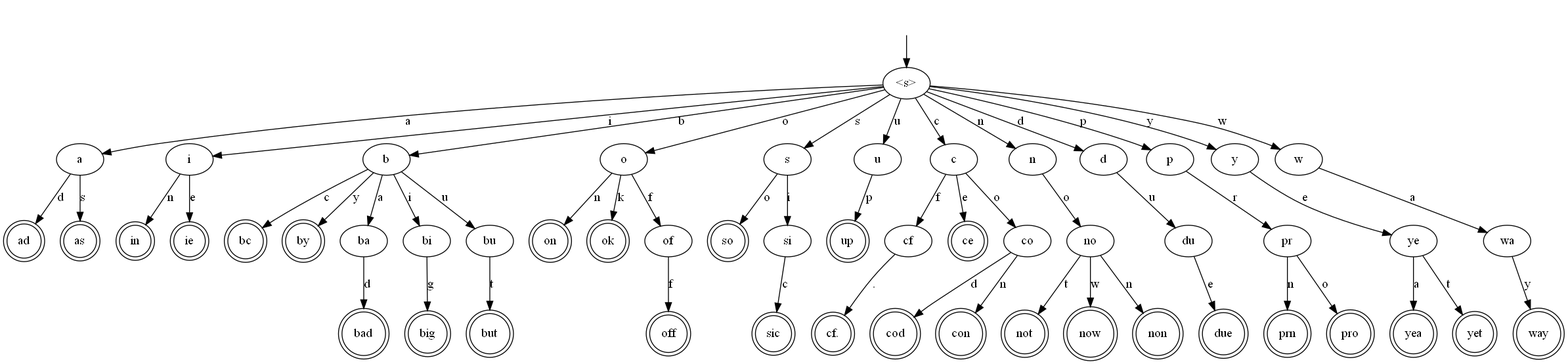
Earlier version of the Graphviz export dfaDot-Output/DFA.gv.png (Night9Knight/CPT443-Assn1-L6). Its source is kept beside it as dfaDot-Output/DFA.gv. Its diagram source:
```dot
digraph DFA {
	fake [style=invis]
	fake -> "<s>"
	"<s>" [root=true]
	"<s>" -> a [label=a]
	"<s>" -> i [label=i]
	"<s>" -> b [label=b]
	"<s>" -> o [label=o]
	"<s>" -> s [label=s]
	"<s>" -> u [label=u]
	"<s>" -> c [label=c]
	"<s>" -> n [label=n]
	"<s>" -> d [label=d]
	"<s>" -> p [label=p]
	"<s>" -> y [label=y]
	"<s>" -> w [label=w]
	a -> ad [label=d]
	a -> as [label=s]
	ad [shape=doublecircle]
	i -> in [label=n]
	i -> ie [label=e]
	in [shape=doublecircle]
	b -> bc [label=c]
	b -> by [label=y]
	b -> ba [label=a]
	b -> bi [label=i]
	b -> bu [label=u]
	bc [shape=doublecircle]
	o -> on [label=n]
	o -> ok [label=k]
	o -> of [label=f]
	on [shape=doublecircle]
	s -> so [label=o]
	s -> si [label=i]
	so [shape=doublecircle]
	by [shape=doublecircle]
	u -> up [label=p]
	up [shape=doublecircle]
	c -> cf [label=f]
	c -> ce [label=e]
	c -> co [label=o]
	cf -> "cf." [label="."]
	n -> no [label=o]
	no -> not [label=t]
	no -> now [label=w]
	no -> non [label=n]
	ce [shape=doublecircle]
	as [shape=doublecircle]
	ie [shape=doublecircle]
	ok [shape=doublecircle]
	not [shape=doublecircle]
	"cf." [shape=doublecircle]
	d -> du [label=u]
	du -> due [label=e]
	due [shape=doublecircle]
	ba -> bad [label=d]
	bad [shape=doublecircle]
	of -> off [label=f]
	off [shape=doublecircle]
	p -> pr [label=r]
	pr -> prn [label=n]
	pr -> pro [label=o]
	prn [shape=doublecircle]
	bi -> big [label=g]
	big [shape=doublecircle]
	y -> ye [label=e]
	ye -> yea [label=a]
	ye -> yet [label=t]
	yea [shape=doublecircle]
	now [shape=doublecircle]
	co -> cod [label=d]
	co -> con [label=n]
	cod [shape=doublecircle]
	non [shape=doublecircle]
	bu -> but [label=t]
	but [shape=doublecircle]
	si -> sic [label=c]
	sic [shape=doublecircle]
	pro [shape=doublecircle]
	w -> wa [label=a]
	wa -> way [label=y]
	way [shape=doublecircle]
	yet [shape=doublecircle]
	con [shape=doublecircle]
}
```
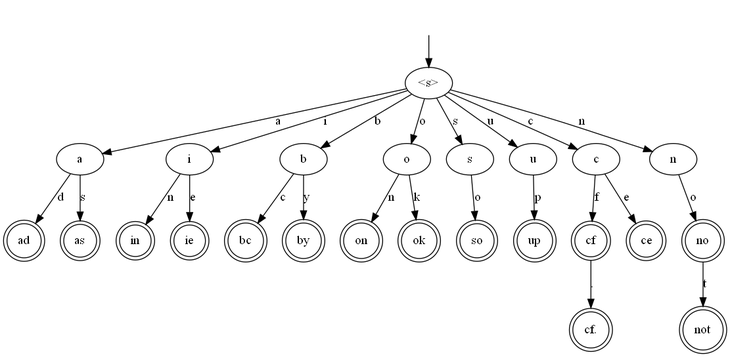
After the change.

Diff of the diagram source:
```diff
@@ -10,10 +10,6 @@
 	"<s>" -> u [label=u]
 	"<s>" -> c [label=c]
 	"<s>" -> n [label=n]
-	"<s>" -> d [label=d]
-	"<s>" -> p [label=p]
-	"<s>" -> y [label=y]
-	"<s>" -> w [label=w]
 	a -> ad [label=d]
 	a -> as [label=s]
 	ad [shape=doublecircle]
@@ -22,64 +18,26 @@
 	in [shape=doublecircle]
 	b -> bc [label=c]
 	b -> by [label=y]
-	b -> ba [label=a]
-	b -> bi [label=i]
-	b -> bu [label=u]
 	bc [shape=doublecircle]
 	o -> on [label=n]
 	o -> ok [label=k]
-	o -> of [label=f]
 	on [shape=doublecircle]
 	s -> so [label=o]
-	s -> si [label=i]
 	so [shape=doublecircle]
 	by [shape=doublecircle]
 	u -> up [label=p]
 	up [shape=doublecircle]
 	c -> cf [label=f]
 	c -> ce [label=e]
-	c -> co [label=o]
+	cf [shape=doublecircle]
 	cf -> "cf." [label="."]
 	n -> no [label=o]
+	no [shape=doublecircle]
 	no -> not [label=t]
-	no -> now [label=w]
-	no -> non [label=n]
 	ce [shape=doublecircle]
 	as [shape=doublecircle]
 	ie [shape=doublecircle]
 	ok [shape=doublecircle]
 	not [shape=doublecircle]
 	"cf." [shape=doublecircle]
-	d -> du [label=u]
-	du -> due [label=e]
-	due [shape=doublecircle]
-	ba -> bad [label=d]
-	bad [shape=doublecircle]
-	of -> off [label=f]
-	off [shape=doublecircle]
-	p -> pr [label=r]
-	pr -> prn [label=n]
-	pr -> pro [label=o]
-	prn [shape=doublecircle]
-	bi -> big [label=g]
-	big [shape=doublecircle]
-	y -> ye [label=e]
-	ye -> yea [label=a]
-	ye -> yet [label=t]
-	yea [shape=doublecircle]
-	now [shape=doublecircle]
-	co -> cod [label=d]
-	co -> con [label=n]
-	cod [shape=doublecircle]
-	non [shape=doublecircle]
-	bu -> but [label=t]
-	but [shape=doublecircle]
-	si -> sic [label=c]
-	sic [shape=doublecircle]
-	pro [shape=doublecircle]
-	w -> wa [label=a]
-	wa -> way [label=y]
-	way [shape=doublecircle]
-	yet [shape=doublecircle]
-	con [shape=doublecircle]
 }
```
